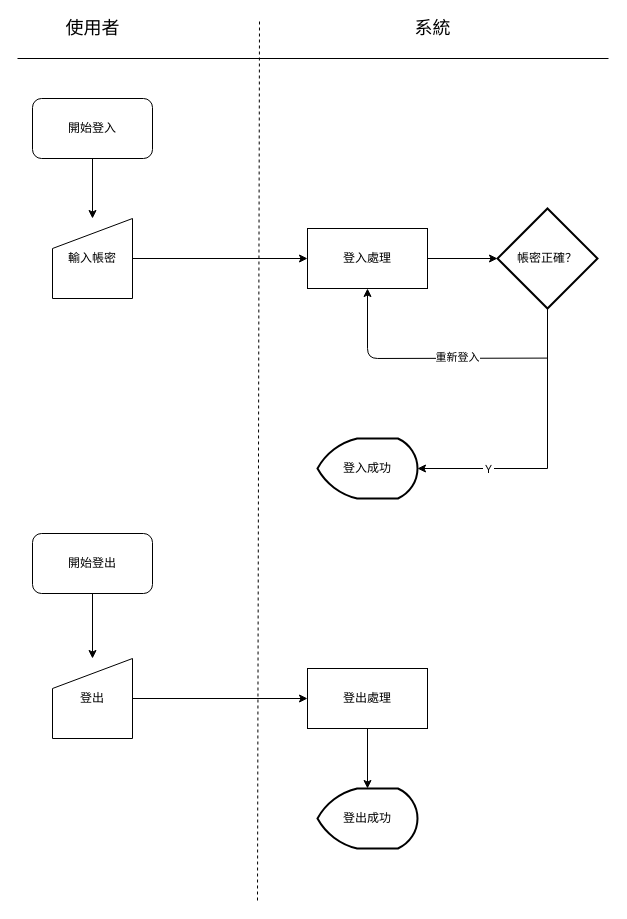
This is 流程圖/原檔/登入登出.drawio from TYChicode/deepbowl, a draw.io file, before an edit. Source tidied: cells renumbered, new cells numbered last; positions are measured from the earlier drawing's top-left corner, leaving out a move shared by most shapes. Both pictures are drawn from the tidied source at 100%, with x=0, y=0 at pixel (17, 18).
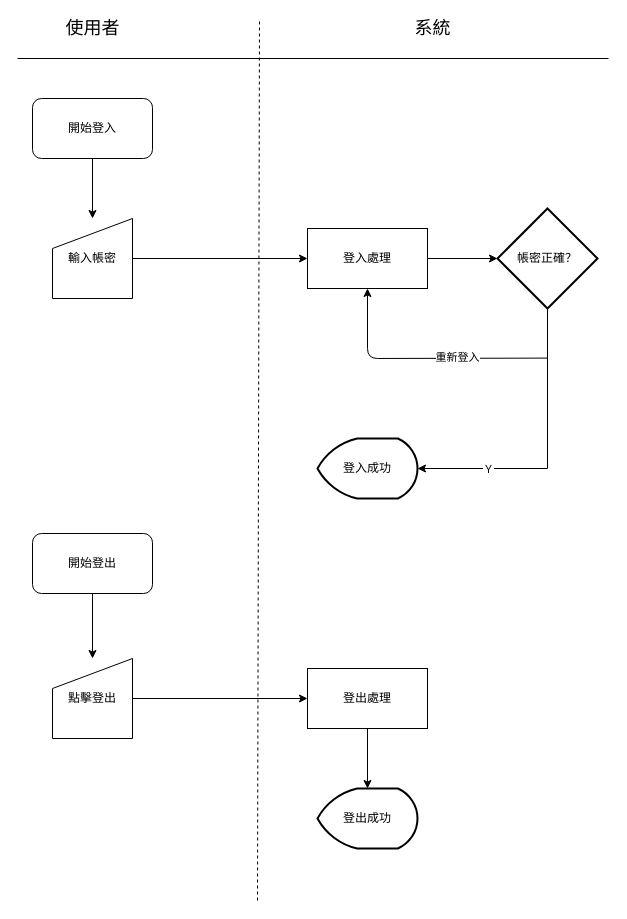
Above is the later version.

Change to the diagram source:
```diff
@@
-    <mxCell id="20" value="登出" style="shape=manualInput;whiteSpace=wrap;html=1;" parent="1" vertex="1">
+    <mxCell id="20" value="點擊登出" style="shape=manualInput;whiteSpace=wrap;html=1;" parent="1" vertex="1">
       <mxGeometry x="35" y="640" width="80" height="80" as="geometry" />
     </mxCell>
```
